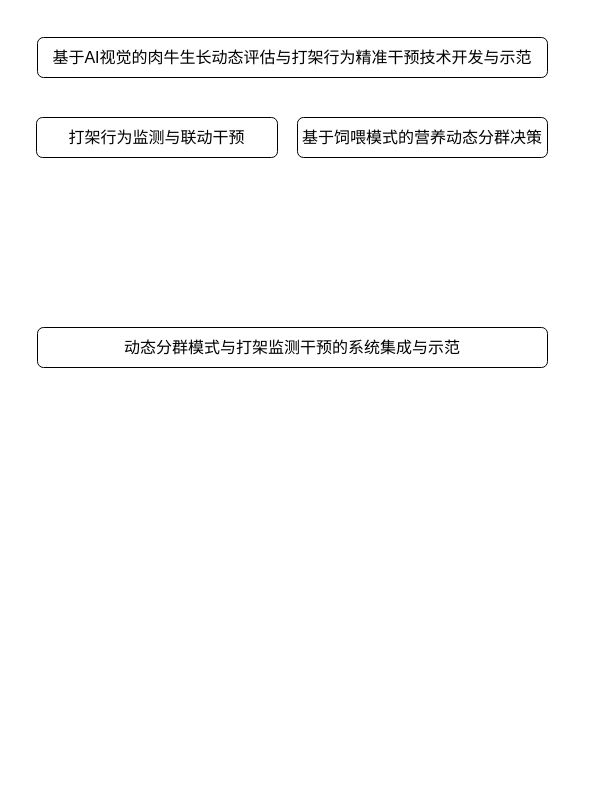
Above: 肉牛精准.drawio in yzy1421/Amateur-women-basketball-in-China (draw.io), before the change. Source tidied: cells renumbered, new cells numbered last; positions are measured from the earlier drawing's top-left corner, leaving out a move shared by most shapes. Both pictures are drawn from the tidied source at 100%, with x=0, y=0 at pixel (36, 37). Pictures stored in the file or linked from it are replaced by grey dashed boxes.
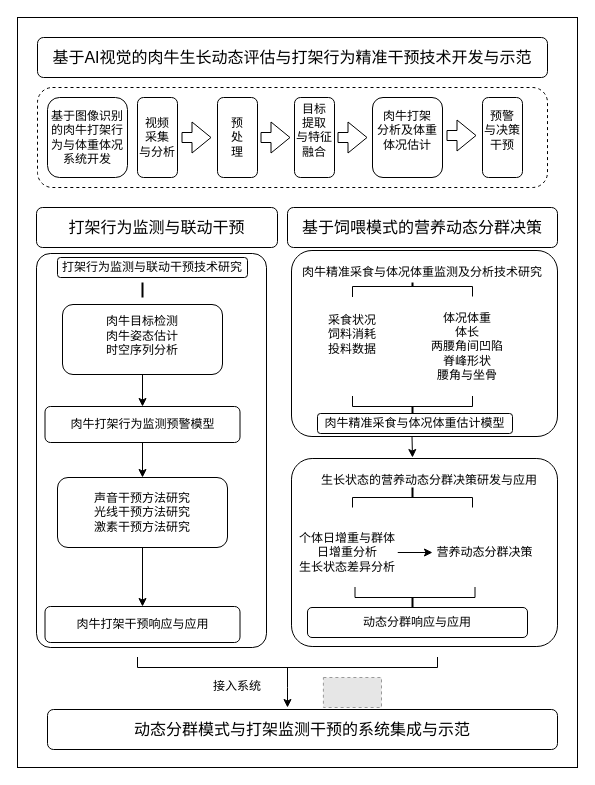
The same page after the edit.

Commit message (it also covers changes not shown here):
更新肉牛精准.drawio

Change to the diagram source:
```diff
@@
+    <mxCell id="6" style="rounded=0;whiteSpace=wrap;html=1;" parent="1" vertex="1">
+      <mxGeometry x="-19" y="-20" width="560" height="750" as="geometry" />
+    </mxCell>
+    <mxCell id="7" style="rounded=1;whiteSpace=wrap;html=1;arcSize=11;" parent="1" vertex="1">
+      <mxGeometry x="255" y="421" width="266" height="188" as="geometry" />
+    </mxCell>
+    <mxCell id="8" style="rounded=1;whiteSpace=wrap;html=1;arcSize=11;" parent="1" vertex="1">
+      <mxGeometry x="255" y="213" width="266" height="186" as="geometry" />
+    </mxCell>
+    <mxCell id="9" style="rounded=1;whiteSpace=wrap;html=1;arcSize=6;" parent="1" vertex="1">
+      <mxGeometry y="216" width="230" height="394" as="geometry" />
+    </mxCell>
@@
     <mxCell id="3" value="&lt;p style=&quot;margin: 5pt 0pt; text-align: left; font-family: Calibri; font-size: 12pt; line-height: 24px;&quot; class=&quot;p&quot;&gt;&lt;span style=&quot;font-family: 宋体; font-size: 12pt;&quot;&gt;打架行为监测与联动干预&lt;/span&gt;&lt;span style=&quot;font-family: 宋体; font-size: 12pt;&quot;&gt;&lt;/span&gt;&lt;/p&gt;" style="rounded=1;whiteSpace=wrap;html=1;" parent="1" vertex="1">
-      <mxGeometry y="80" width="241" height="40" as="geometry" />
+      <mxGeometry y="170" width="241" height="40" as="geometry" />
     </mxCell>
     <mxCell id="4" value="&lt;p style=&quot;margin: 0pt 0pt 0.0001pt; text-align: justify; font-family: &amp;quot;Times New Roman&amp;quot;; font-size: 10.5pt;&quot; class=&quot;MsoNormal&quot;&gt;&lt;span style=&quot;font-family: 宋体; font-size: 12pt;&quot;&gt;基于饲喂模式的营养动态分群决策&lt;/span&gt;&lt;/p&gt;" style="rounded=1;whiteSpace=wrap;html=1;" parent="1" vertex="1">
-      <mxGeometry x="261" y="80" width="250" height="40" as="geometry" />
+      <mxGeometry x="251" y="170" width="270" height="40" as="geometry" />
     </mxCell>
     <mxCell id="5" value="&lt;p style=&quot;margin: 0pt 0pt 0.0001pt; text-align: justify; font-family: Calibri;&quot; class=&quot;MsoNormal&quot;&gt;&lt;span style=&quot;font-family: 宋体;&quot;&gt;&lt;font style=&quot;font-size: 16px;&quot;&gt;动态分群模式与打架监测干预的系统集成与示范&lt;/font&gt;&lt;/span&gt;&lt;/p&gt;" style="rounded=1;whiteSpace=wrap;html=1;" parent="1" vertex="1">
-      <mxGeometry x="1" y="290" width="510" height="40" as="geometry" />
+      <mxGeometry x="11" y="672" width="510" height="40" as="geometry" />
     </mxCell>
+    <mxCell id="10" style="rounded=1;whiteSpace=wrap;html=1;dashed=1;" parent="1" vertex="1">
+      <mxGeometry x="1" y="50" width="510" height="100" as="geometry" />
+    </mxCell>
+    <mxCell id="11" value="基于图像识别的肉牛打架行为与体重体况系统开发" style="rounded=1;whiteSpace=wrap;html=1;" parent="1" vertex="1">
+      <mxGeometry x="11" y="60" width="80" height="80" as="geometry" />
+    </mxCell>
+    <mxCell id="12" value="视频&lt;div&gt;采集&lt;/div&gt;&lt;div&gt;与分析&lt;/div&gt;" style="rounded=1;whiteSpace=wrap;html=1;" parent="1" vertex="1">
+      <mxGeometry x="101" y="60" width="40" height="80" as="geometry" />
+    </mxCell>
+    <mxCell id="13" value="预&lt;div&gt;处&lt;/div&gt;&lt;div&gt;理&lt;/div&gt;" style="rounded=1;whiteSpace=wrap;html=1;" parent="1" vertex="1">
+      <mxGeometry x="181" y="60" width="40" height="80" as="geometry" />
+    </mxCell>
+    <mxCell id="14" value="目标&lt;div&gt;提取&lt;/div&gt;&lt;div&gt;与特征&lt;/div&gt;&lt;div&gt;融合&lt;/div&gt;&lt;div&gt;&lt;br&gt;&lt;/div&gt;" style="rounded=1;whiteSpace=wrap;html=1;flipH=0;flipV=0;horizontal=1;fontStyle=0;verticalAlign=middle;" parent="1" vertex="1">
+      <mxGeometry x="258" y="60" width="40" height="80" as="geometry" />
+    </mxCell>
+    <mxCell id="15" value="肉牛&lt;span style=&quot;background-color: transparent; color: light-dark(rgb(0, 0, 0), rgb(255, 255, 255));&quot;&gt;打架&lt;/span&gt;&lt;div&gt;分析&lt;span style=&quot;background-color: transparent; color: light-dark(rgb(0, 0, 0), rgb(255, 255, 255));&quot;&gt;及体重&lt;/span&gt;&lt;/div&gt;&lt;div&gt;&lt;span style=&quot;background-color: transparent; color: light-dark(rgb(0, 0, 0), rgb(255, 255, 255));&quot;&gt;体况估计&lt;/span&gt;&lt;/div&gt;&lt;div&gt;&lt;div&gt;&lt;br&gt;&lt;/div&gt;&lt;/div&gt;" style="rounded=1;whiteSpace=wrap;html=1;flipH=0;flipV=0;horizontal=1;fontStyle=0;verticalAlign=middle;" parent="1" vertex="1">
+      <mxGeometry x="336" y="60" width="70" height="80" as="geometry" />
+    </mxCell>
+    <mxCell id="16" value="预警&lt;div&gt;与决策&lt;/div&gt;&lt;div&gt;干预&lt;/div&gt;&lt;div&gt;&lt;div&gt;&lt;br&gt;&lt;/div&gt;&lt;/div&gt;" style="rounded=1;whiteSpace=wrap;html=1;flipH=0;flipV=0;horizontal=1;fontStyle=0;verticalAlign=middle;" parent="1" vertex="1">
+      <mxGeometry x="446" y="60" width="40" height="80" as="geometry" />
+    </mxCell>
+    <mxCell id="17" style="shape=flexArrow;endArrow=classic;html=1;rounded=0;" parent="1" edge="1">
+      <mxGeometry relative="1" as="geometry">
+        <mxPoint x="145" y="100" as="sourcePoint" />
+        <mxPoint x="175" y="100" as="targetPoint" />
+      </mxGeometry>
+    </mxCell>
+    <mxCell id="18" style="shape=flexArrow;endArrow=classic;html=1;rounded=0;" parent="1" edge="1">
+      <mxGeometry relative="1" as="geometry">
+        <mxPoint x="224" y="100" as="sourcePoint" />
+        <mxPoint x="254" y="100" as="targetPoint" />
+      </mxGeometry>
+    </mxCell>
+    <mxCell id="19" style="shape=flexArrow;endArrow=classic;html=1;rounded=0;" parent="1" edge="1">
+      <mxGeometry relative="1" as="geometry">
+        <mxPoint x="301" y="100" as="sourcePoint" />
+        <mxPoint x="331" y="100" as="targetPoint" />
+      </mxGeometry>
+    </mxCell>
+    <mxCell id="20" style="shape=flexArrow;endArrow=classic;html=1;rounded=0;" parent="1" edge="1">
+      <mxGeometry relative="1" as="geometry">
+        <mxPoint x="410" y="98" as="sourcePoint" />
+        <mxPoint x="440" y="98" as="targetPoint" />
+      </mxGeometry>
+    </mxCell>
+    <mxCell id="21" value="&lt;p style=&quot;margin: 0pt 0pt 0.0001pt; text-align: justify; font-family: 等线;&quot; class=&quot;MsoNormal&quot;&gt;&lt;span style=&quot;font-family: 宋体;&quot;&gt;&lt;font&gt;打架行为监测与联动干预技术研究&lt;/font&gt;&lt;/span&gt;&lt;/p&gt;" style="rounded=1;whiteSpace=wrap;html=1;strokeColor=default;" parent="1" vertex="1">
+      <mxGeometry x="21" y="220" width="190" height="20" as="geometry" />
+    </mxCell>
+    <mxCell id="22" value="采食状况&lt;div&gt;饲料消耗&lt;/div&gt;&lt;div&gt;投料数据&lt;br&gt;&lt;div&gt;&lt;br&gt;&lt;/div&gt;&lt;/div&gt;" style="rounded=0;whiteSpace=wrap;html=1;strokeColor=none;" parent="1" vertex="1">
+      <mxGeometry x="271" y="259" width="90" height="90" as="geometry" />
+    </mxCell>
+    <mxCell id="23" style="shape=partialRectangle;whiteSpace=wrap;html=1;bottom=1;right=1;left=1;top=0;fillColor=none;routingCenterX=-0.5;rotation=-180;" parent="1" vertex="1">
+      <mxGeometry x="316" y="249" width="120" height="10" as="geometry" />
+    </mxCell>
+    <mxCell id="24" style="line;strokeWidth=2;direction=south;html=1;" parent="1" vertex="1">
+      <mxGeometry x="371" y="239" width="10" height="10" as="geometry" />
+    </mxCell>
+    <mxCell id="25" value="&lt;div&gt;&lt;div&gt;体况体重&lt;/div&gt;&lt;/div&gt;&lt;div&gt;体长&lt;/div&gt;&lt;div&gt;两腰角间凹陷&lt;/div&gt;&lt;div&gt;脊峰形状&lt;/div&gt;&lt;div&gt;腰角与坐骨&lt;/div&gt;" style="rounded=0;whiteSpace=wrap;html=1;strokeColor=none;" parent="1" vertex="1">
+      <mxGeometry x="386" y="259" width="90" height="100" as="geometry" />
+    </mxCell>
+    <mxCell id="26" value="&lt;p style=&quot;margin: 0pt 0pt 0.0001pt; text-align: justify; font-family: 等线;&quot; class=&quot;MsoNormal&quot;&gt;&lt;font&gt;肉牛精准采食与体况体重监测及分析技术研究&lt;/font&gt;&lt;span style=&quot;font-size: 12pt; font-size: 12pt;&quot;&gt;&lt;/span&gt;&lt;/p&gt;" style="rounded=1;whiteSpace=wrap;html=1;strokeColor=none;" parent="1" vertex="1">
+      <mxGeometry x="261" y="220" width="250" height="25" as="geometry" />
+    </mxCell>
+    <mxCell id="27" style="edgeStyle=orthogonalEdgeStyle;rounded=0;jettySize=auto;html=1;" parent="1" edge="1" source="28" target="46">
+      <mxGeometry relative="1" as="geometry" />
+    </mxCell>
+    <mxCell id="28" value="肉牛目标检测&lt;div&gt;肉牛姿态估计&lt;/div&gt;&lt;div&gt;时空序列分析&lt;/div&gt;&lt;div&gt;&lt;br&gt;&lt;/div&gt;" style="rounded=1;whiteSpace=wrap;html=1;strokeColor=default;verticalAlign=bottom;" parent="1" vertex="1">
+      <mxGeometry x="26" y="267" width="160" height="70" as="geometry" />
+    </mxCell>
+    <mxCell id="29" style="line;strokeWidth=2;direction=south;html=1;" parent="1" vertex="1">
+      <mxGeometry x="101" y="245" width="10" height="15" as="geometry" />
+    </mxCell>
+    <mxCell id="30" style="edgeStyle=orthogonalEdgeStyle;rounded=0;jettySize=auto;html=1;" parent="1" edge="1" source="31" target="47">
+      <mxGeometry relative="1" as="geometry" />
+    </mxCell>
+    <mxCell id="31" value="&lt;div&gt;&lt;div&gt;声音干预方法研究&lt;/div&gt;&lt;/div&gt;&lt;div&gt;光线干预方法研究&lt;/div&gt;&lt;div&gt;激素干预方法研究&lt;/div&gt;" style="rounded=1;whiteSpace=wrap;html=1;strokeColor=default;" parent="1" vertex="1">
+      <mxGeometry x="21" y="440" width="170" height="70" as="geometry" />
+    </mxCell>
+    <mxCell id="32" style="shape=partialRectangle;whiteSpace=wrap;html=1;bottom=1;right=1;left=1;top=0;fillColor=none;routingCenterX=-0.5;rotation=-180;direction=west;" parent="1" vertex="1">
+      <mxGeometry x="316" y="359" width="120" height="10" as="geometry" />
+    </mxCell>
+    <mxCell id="33" style="line;strokeWidth=2;direction=south;html=1;" parent="1" vertex="1">
+      <mxGeometry x="371" y="369" width="10" height="10" as="geometry" />
+    </mxCell>
+    <mxCell id="34" value="肉牛精准采食与体况体重估计模型" style="rounded=1;whiteSpace=wrap;html=1;strokeColor=default;" parent="1" vertex="1">
+      <mxGeometry x="281" y="376" width="195" height="20" as="geometry" />
+    </mxCell>
+    <mxCell id="35" style="endArrow=classic;html=1;rounded=0;" parent="1" edge="1">
+      <mxGeometry relative="1" as="geometry">
+        <mxPoint x="375.5" y="399" as="sourcePoint" />
+        <mxPoint x="376" y="420" as="targetPoint" />
+      </mxGeometry>
+    </mxCell>
+    <mxCell id="36" value="&lt;p style=&quot;margin: 0pt 0pt 0.0001pt; text-align: justify; font-family: 等线;&quot; class=&quot;MsoNormal&quot;&gt;&lt;font&gt;生长状态的营养动态分群决策研发与应用&lt;/font&gt;&lt;/p&gt;" style="rounded=0;whiteSpace=wrap;html=1;strokeColor=none;" parent="1" vertex="1">
+      <mxGeometry x="281" y="430" width="224" height="25" as="geometry" />
+    </mxCell>
+    <mxCell id="37" style="shape=partialRectangle;whiteSpace=wrap;html=1;bottom=1;right=1;left=1;top=0;fillColor=none;routingCenterX=-0.5;rotation=-180;" parent="1" vertex="1">
+      <mxGeometry x="316" y="460" width="120" height="10" as="geometry" />
+    </mxCell>
+    <mxCell id="38" style="line;strokeWidth=2;direction=south;html=1;" parent="1" vertex="1">
+      <mxGeometry x="371" y="450" width="10" height="10" as="geometry" />
+    </mxCell>
+    <mxCell id="39" style="edgeStyle=orthogonalEdgeStyle;rounded=0;jettySize=auto;html=1;exitX=1;exitY=0.5;exitDx=0;exitDy=0;entryX=0;entryY=0.5;entryDx=0;entryDy=0;" parent="1" edge="1" source="40" target="41">
+      <mxGeometry relative="1" as="geometry" />
+    </mxCell>
+    <mxCell id="40" value="&lt;div&gt;&lt;div&gt;个体日增重与群体日增重分析&lt;/div&gt;&lt;/div&gt;&lt;div&gt;生长状态差异分析&lt;/div&gt;" style="rounded=0;whiteSpace=wrap;html=1;strokeColor=none;" parent="1" vertex="1">
+      <mxGeometry x="261" y="470" width="100" height="90" as="geometry" />
+    </mxCell>
+    <mxCell id="41" value="&lt;div&gt;&lt;div&gt;营养动态分群决策&lt;/div&gt;&lt;/div&gt;" style="rounded=0;whiteSpace=wrap;html=1;strokeColor=none;" parent="1" vertex="1">
+      <mxGeometry x="396" y="470" width="105" height="90" as="geometry" />
+    </mxCell>
+    <mxCell id="42" style="shape=partialRectangle;whiteSpace=wrap;html=1;bottom=1;right=1;left=1;top=0;fillColor=none;routingCenterX=-0.5;rotation=-180;direction=west;" parent="1" vertex="1">
+      <mxGeometry x="318.5" y="550" width="120" height="10" as="geometry" />
+    </mxCell>
+    <mxCell id="43" style="line;strokeWidth=2;direction=south;html=1;" parent="1" vertex="1">
+      <mxGeometry x="371" y="560" width="10" height="10" as="geometry" />
+    </mxCell>
+    <mxCell id="44" value="&lt;p style=&quot;margin: 0pt 0pt 0.0001pt; text-align: justify; font-family: 等线;&quot; class=&quot;MsoNormal&quot;&gt;&lt;font&gt;动态分群响应与应用&lt;/font&gt;&lt;/p&gt;" style="rounded=1;whiteSpace=wrap;html=1;strokeColor=default;" parent="1" vertex="1">
+      <mxGeometry x="271" y="570" width="220" height="30" as="geometry" />
+    </mxCell>
+    <mxCell id="45" style="edgeStyle=orthogonalEdgeStyle;rounded=0;jettySize=auto;html=1;entryX=0.5;entryY=0;entryDx=0;entryDy=0;" parent="1" edge="1" source="46" target="31">
+      <mxGeometry relative="1" as="geometry" />
+    </mxCell>
+    <mxCell id="46" value="肉牛打架行为监测预警模型" style="rounded=1;whiteSpace=wrap;html=1;strokeColor=default;" parent="1" vertex="1">
+      <mxGeometry x="8.5" y="369" width="195" height="36" as="geometry" />
+    </mxCell>
+    <mxCell id="47" value="肉牛打架干预响应与应用" style="rounded=1;whiteSpace=wrap;html=1;strokeColor=default;" parent="1" vertex="1">
+      <mxGeometry x="8.5" y="569" width="195" height="36" as="geometry" />
+    </mxCell>
+    <mxCell id="48" style="edgeStyle=orthogonalEdgeStyle;rounded=0;jettySize=auto;html=1;exitX=0.5;exitY=1;exitDx=0;exitDy=0;" parent="1" edge="1" source="49">
+      <mxGeometry relative="1" as="geometry">
+        <mxPoint x="251" y="670" as="targetPoint" />
+      </mxGeometry>
+    </mxCell>
+    <mxCell id="49" style="shape=partialRectangle;whiteSpace=wrap;html=1;bottom=1;right=1;left=1;top=0;fillColor=none;routingCenterX=-0.5;rotation=-180;direction=west;" parent="1" vertex="1">
+      <mxGeometry x="101" y="620" width="300" height="10" as="geometry" />
+    </mxCell>
+    <mxCell id="50" style="fillColor=#E6E6E6;strokeColor=#999999;dashed=1;verticalLabelPosition=bottom;labelBackgroundColor=default;verticalAlign=top;" parent="1" vertex="1">
+      <mxGeometry x="286.9" y="640" width="58.1" height="30" as="geometry" />
+    </mxCell>
+    <mxCell id="51" value="&lt;p style=&quot;margin: 0pt 0pt 0.0001pt; text-align: justify; font-family: 等线;&quot; class=&quot;MsoNormal&quot;&gt;接入系统&lt;/p&gt;" style="rounded=0;whiteSpace=wrap;html=1;strokeColor=none;" parent="1" vertex="1">
+      <mxGeometry x="161" y="637.5" width="80" height="22.5" as="geometry" />
+    </mxCell>
```
